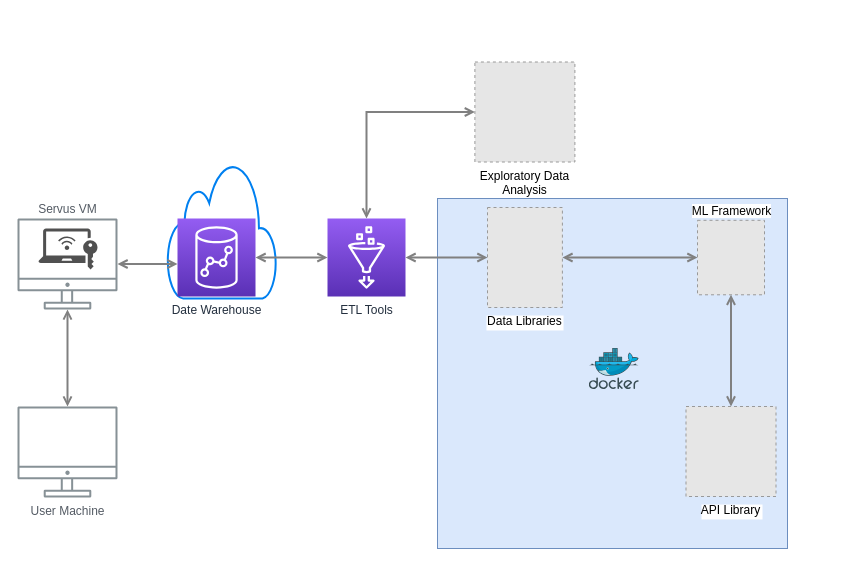
rudy090992/Credit keeps this draw.io diagram as ProposedWorkflow.drawio. Above is the earlier version. Source tidied: cells renumbered, new cells numbered last; positions are measured from the earlier drawing's top-left corner, leaving out a move shared by most shapes. Both pictures are drawn from the tidied source at 100%, with x=0, y=0 at pixel (17, 62). Pictures stored in the file or linked from it are replaced by grey dashed boxes.
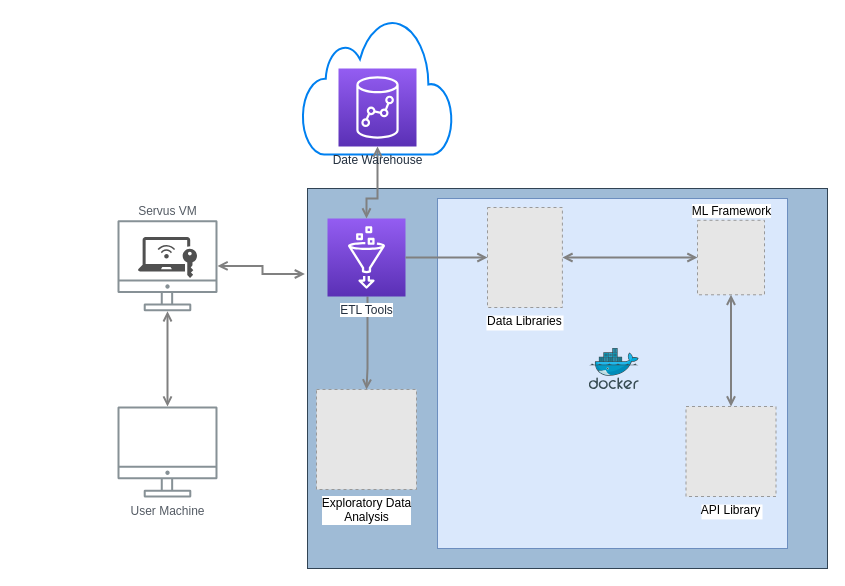
The same diagram, later.

Unchanged cells that the change refers to:
```xml
<mxCell id="10" value="ETL Tools&lt;br&gt;" style="outlineConnect=0;fontColor=#232F3E;gradientColor=#945DF2;gradientDirection=north;fillColor=#5A30B5;strokeColor=#ffffff;dashed=0;verticalLabelPosition=bottom;verticalAlign=top;align=center;html=1;fontSize=12;fontStyle=0;shape=mxgraph.aws4.resourceIcon;resIcon=mxgraph.aws4.glue;labelBackgroundColor=#ffffff;fontFamily=Helvetica;" parent="1" vertex="1">
  <mxGeometry x="310" y="156" width="78" height="78" as="geometry" />
</mxCell>
<mxCell id="15" value="Data Libraries" style="fillColor=#E6E6E6;strokeColor=#999999;dashed=1;verticalLabelPosition=bottom;labelBackgroundColor=default;verticalAlign=top;" parent="1" vertex="1">
  <mxGeometry x="470" y="145" width="74.9" height="100" as="geometry" />
</mxCell>
```

The edit, as a diff of the source:
```diff
@@
-    <mxCell id="2" style="edgeStyle=orthogonalEdgeStyle;rounded=0;jettySize=auto;html=1;startArrow=open;startFill=0;endArrow=open;endFill=0;strokeWidth=2;strokeColor=#808080;" parent="1" edge="1" source="9" target="11">
-      <mxGeometry relative="1" as="geometry">
-        <Array as="points">
-          <mxPoint x="50" y="316" />
-          <mxPoint x="50" y="316" />
-        </Array>
-      </mxGeometry>
-    </mxCell>
+    <mxCell id="21" value="&lt;h2&gt;&lt;br&gt;&lt;/h2&gt;" style="rounded=0;whiteSpace=wrap;html=1;fillColor=#9FBBD6;fontColor=#ffffff;strokeColor=#314354;align=center;" parent="1" vertex="1">
+      <mxGeometry x="290" y="126" width="520" height="380" as="geometry" />
+    </mxCell>
@@
     <mxCell id="5" style="html=1;verticalLabelPosition=bottom;align=center;labelBackgroundColor=#ffffff;verticalAlign=top;strokeWidth=2;strokeColor=#0080F0;shadow=0;dashed=0;shape=mxgraph.ios7.icons.cloud;" parent="1" vertex="1">
-      <mxGeometry x="150" y="100" width="109" height="136" as="geometry" />
+      <mxGeometry x="285" y="-44" width="150" height="136" as="geometry" />
     </mxCell>
-    <mxCell id="6" style="edgeStyle=orthogonalEdgeStyle;rounded=0;jettySize=auto;html=1;startArrow=open;startFill=0;endArrow=open;endFill=0;strokeWidth=2;strokeColor=#808080;" parent="1" edge="1" source="11" target="13">
-      <mxGeometry relative="1" as="geometry">
-        <Array as="points">
-          <mxPoint x="190" y="202" />
-          <mxPoint x="190" y="202" />
-        </Array>
-      </mxGeometry>
-    </mxCell>
-    <mxCell id="7" style="edgeStyle=orthogonalEdgeStyle;rounded=0;jettySize=auto;html=1;startArrow=open;startFill=0;endArrow=open;endFill=0;strokeWidth=2;strokeColor=#808080;entryX=0;entryY=0.5;entryDx=0;entryDy=0;entryPerimeter=0;" parent="1" edge="1" source="10" target="18">
+    <mxCell id="7" style="edgeStyle=orthogonalEdgeStyle;rounded=0;jettySize=auto;html=1;startArrow=none;startFill=0;endArrow=open;endFill=0;strokeWidth=2;strokeColor=#808080;entryX=0.5;entryY=0;entryDx=0;entryDy=0;entryPerimeter=0;" parent="1" edge="1" source="10" target="18">
       <mxGeometry relative="1" as="geometry">
         <Array as="points">
-          <mxPoint x="349" y="50" />
+          <mxPoint x="350" y="306" />
+          <mxPoint x="350" y="306" />
         </Array>
       </mxGeometry>
     </mxCell>
-    <mxCell id="8" style="edgeStyle=orthogonalEdgeStyle;rounded=0;jettySize=auto;html=1;startArrow=open;startFill=0;endArrow=open;endFill=0;strokeWidth=2;strokeColor=#808080;" parent="1" edge="1" source="13" target="10">
+    <mxCell id="8" style="edgeStyle=orthogonalEdgeStyle;rounded=0;jettySize=auto;html=1;startArrow=open;startFill=0;endArrow=open;endFill=0;strokeWidth=2;strokeColor=#808080;exitX=0.5;exitY=1;exitDx=0;exitDy=0;exitPerimeter=0;" parent="1" edge="1" source="13" target="10">
       <mxGeometry relative="1" as="geometry">
         <Array as="points">
-          <mxPoint x="270" y="195" />
-          <mxPoint x="270" y="195" />
+          <mxPoint x="360" y="136" />
+          <mxPoint x="349" y="136" />
         </Array>
       </mxGeometry>
     </mxCell>
     <mxCell id="9" value="User Machine" style="outlineConnect=0;gradientColor=none;fontColor=#545B64;strokeColor=none;fillColor=#879196;dashed=0;verticalLabelPosition=bottom;verticalAlign=top;align=center;html=1;fontSize=12;fontStyle=0;shape=mxgraph.aws4.illustration_desktop;labelBackgroundColor=#ffffff;" parent="1" vertex="1">
-      <mxGeometry y="344" width="100" height="91" as="geometry" />
+      <mxGeometry x="100" y="344" width="100" height="91" as="geometry" />
     </mxCell>
@@
+    <mxCell id="22" style="edgeStyle=orthogonalEdgeStyle;rounded=0;jettySize=auto;html=1;strokeColor=#808080;strokeWidth=2;endArrow=open;endFill=0;startArrow=open;startFill=0;" parent="1" edge="1" source="11" target="9">
+      <mxGeometry relative="1" as="geometry" />
+    </mxCell>
+    <mxCell id="23" style="edgeStyle=orthogonalEdgeStyle;rounded=0;jettySize=auto;html=1;entryX=-0.005;entryY=0.225;entryDx=0;entryDy=0;entryPerimeter=0;strokeWidth=2;strokeColor=#808080;startArrow=open;startFill=0;endArrow=open;endFill=0;" parent="1" edge="1" source="11" target="21">
+      <mxGeometry relative="1" as="geometry" />
+    </mxCell>
     <mxCell id="11" value="Servus VM" style="outlineConnect=0;gradientColor=none;fontColor=#545B64;strokeColor=none;fillColor=#879196;dashed=0;verticalLabelPosition=top;verticalAlign=bottom;align=center;html=1;fontSize=12;fontStyle=0;shape=mxgraph.aws4.illustration_desktop;labelBackgroundColor=#ffffff;labelPosition=center;" parent="1" vertex="1">
-      <mxGeometry y="156" width="100" height="91" as="geometry" />
+      <mxGeometry x="100" y="157.8" width="100" height="91" as="geometry" />
     </mxCell>
     <mxCell id="12" style="sketch=0;shadow=0;dashed=0;html=1;strokeColor=none;fillColor=#505050;labelPosition=center;verticalLabelPosition=bottom;verticalAlign=top;align=center;shape=mxgraph.office.concepts.remote_access;" parent="1" vertex="1">
-      <mxGeometry x="21" y="166" width="59" height="41" as="geometry" />
+      <mxGeometry x="120.5" y="174.5" width="59" height="41" as="geometry" />
     </mxCell>
     <mxCell id="13" value="Date Warehouse" style="sketch=0;points=[[0,0,0],[0.25,0,0],[0.5,0,0],[0.75,0,0],[1,0,0],[0,1,0],[0.25,1,0],[0.5,1,0],[0.75,1,0],[1,1,0],[0,0.25,0],[0,0.5,0],[0,0.75,0],[1,0.25,0],[1,0.5,0],[1,0.75,0]];outlineConnect=0;fontColor=#232F3E;gradientColor=#945DF2;gradientDirection=north;fillColor=#5A30B5;strokeColor=#ffffff;dashed=0;verticalLabelPosition=bottom;verticalAlign=top;align=center;html=1;fontSize=12;fontStyle=0;shape=mxgraph.aws4.resourceIcon;resIcon=mxgraph.aws4.redshift;" parent="1" vertex="1">
-      <mxGeometry x="160" y="156" width="78" height="78" as="geometry" />
+      <mxGeometry x="321" y="6" width="78" height="78" as="geometry" />
     </mxCell>
@@
-    <mxCell id="16" style="edgeStyle=orthogonalEdgeStyle;rounded=0;jettySize=auto;html=1;startArrow=open;startFill=0;endArrow=open;endFill=0;strokeWidth=2;strokeColor=#808080;" parent="1" edge="1" source="10" target="15">
+    <mxCell id="16" style="edgeStyle=orthogonalEdgeStyle;rounded=0;jettySize=auto;html=1;startArrow=none;startFill=0;endArrow=open;endFill=0;strokeWidth=2;strokeColor=#808080;" parent="1" edge="1" source="10" target="15">
       <mxGeometry relative="1" as="geometry" />
     </mxCell>
@@
     <mxCell id="18" value="Exploratory Data&lt;br&gt;Analysis" style="fillColor=#E6E6E6;strokeColor=#999999;dashed=1;html=1;verticalAlign=top;verticalLabelPosition=bottom;labelBackgroundColor=#ffffff;" parent="1" vertex="1">
-      <mxGeometry x="457.4" y="-0.5" width="100" height="100" as="geometry" />
+      <mxGeometry x="299" y="327" width="100" height="100" as="geometry" />
     </mxCell>
```
